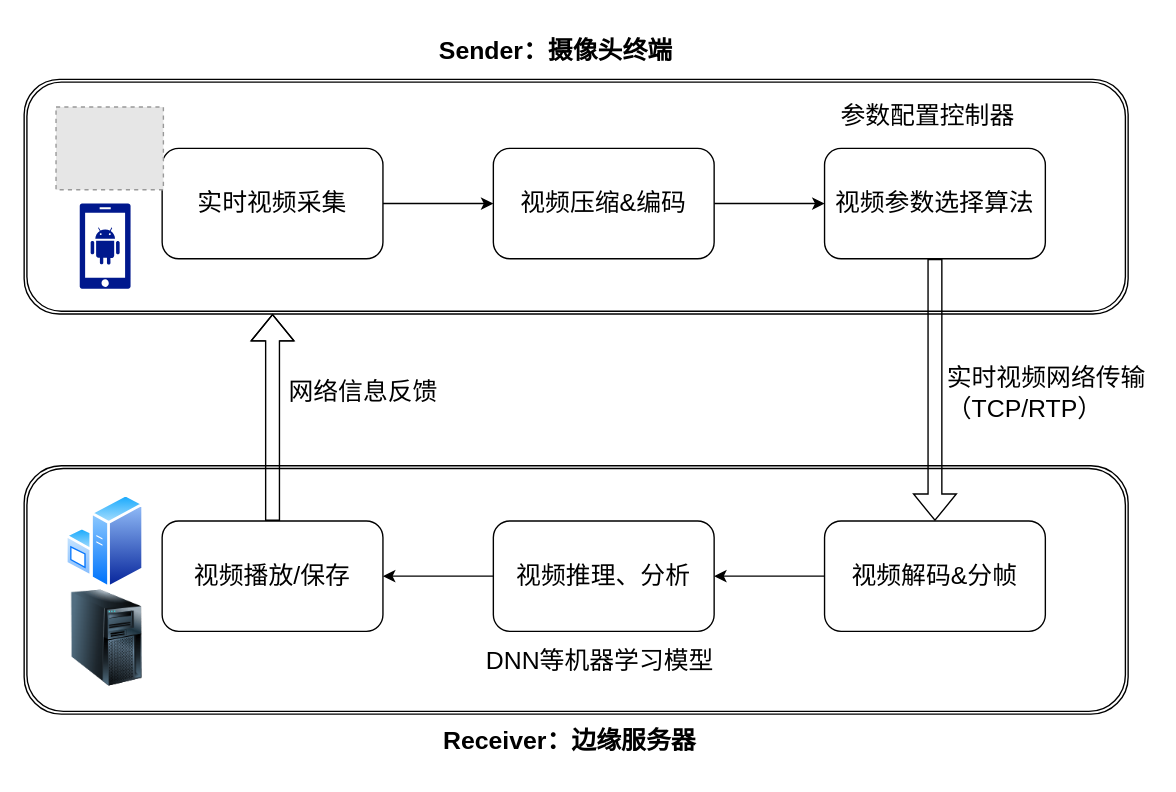
Earlier version of the draw.io diagram 未命名绘图.drawio (Bright-Hsu/Real-Time-Trans-Server). Source tidied: cells renumbered, new cells numbered last; positions are measured from the earlier drawing's top-left corner, leaving out a move shared by most shapes. Both pictures are drawn from the tidied source at 138%, with x=0, y=0 at pixel (23, 23). Pictures stored in the file or linked from it are replaced by grey dashed boxes.
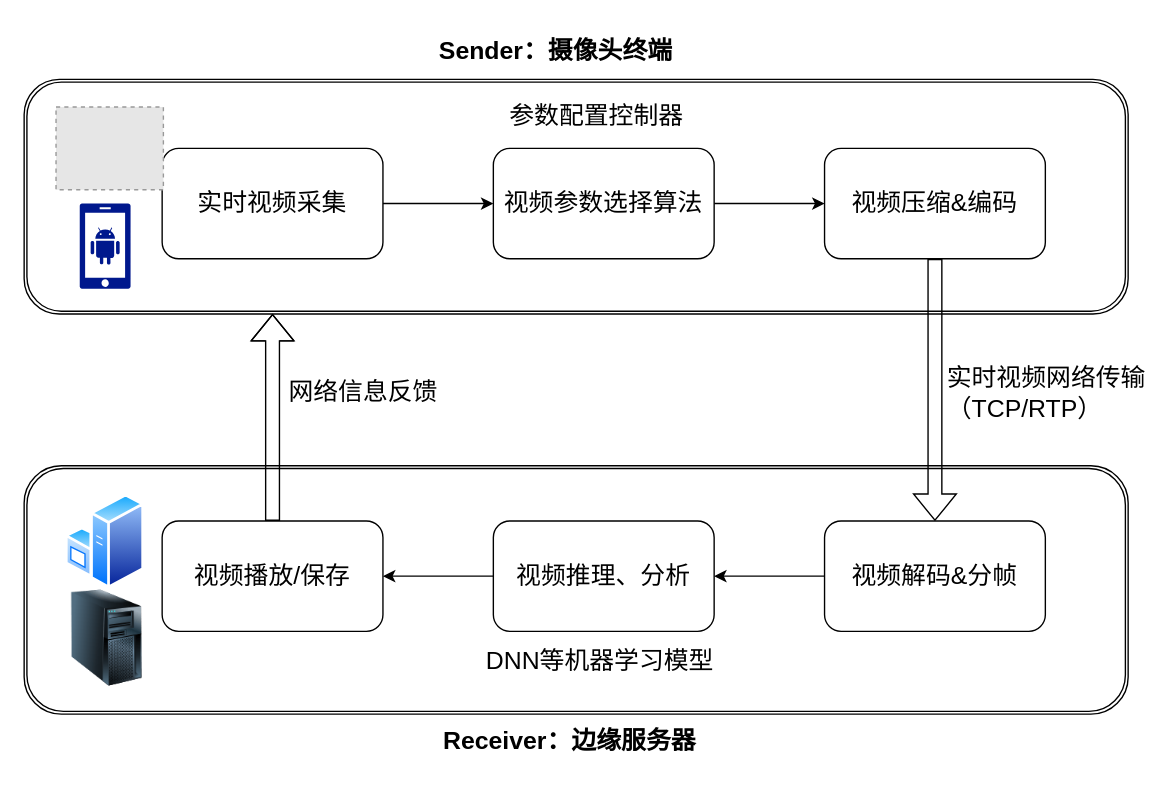
Above is the later version.

The edit, as a diff of the source:
```diff
@@
-    <mxCell id="8" value="&lt;span style=&quot;font-size: 18px;&quot;&gt;视频压缩&amp;amp;编码&lt;/span&gt;" style="rounded=1;whiteSpace=wrap;html=1;fontSize=12;glass=0;strokeWidth=1;shadow=0;" parent="1" vertex="1">
+    <mxCell id="8" value="&lt;span style=&quot;font-size: 18px;&quot;&gt;视频参数选择算法&lt;/span&gt;" style="rounded=1;whiteSpace=wrap;html=1;fontSize=12;glass=0;strokeWidth=1;shadow=0;" parent="1" vertex="1">
       <mxGeometry x="340" y="90" width="160" height="80" as="geometry" />
     </mxCell>
@@
-    <mxCell id="10" value="&lt;span style=&quot;font-size: 18px;&quot;&gt;视频参数选择算法&lt;/span&gt;" style="rounded=1;whiteSpace=wrap;html=1;fontSize=12;glass=0;strokeWidth=1;shadow=0;" parent="1" vertex="1">
+    <mxCell id="10" value="&lt;span style=&quot;font-size: 18px;&quot;&gt;视频压缩&amp;amp;编码&lt;/span&gt;&lt;span style=&quot;font-size: 18px;&quot;&gt;&lt;br&gt;&lt;/span&gt;" style="rounded=1;whiteSpace=wrap;html=1;fontSize=12;glass=0;strokeWidth=1;shadow=0;" parent="1" vertex="1">
       <mxGeometry x="580" y="90" width="160" height="80" as="geometry" />
     </mxCell>
     <mxCell id="11" value="&lt;font style=&quot;font-size: 18px;&quot;&gt;参数配置控制器&lt;/font&gt;" style="text;whiteSpace=wrap;html=1;" parent="1" vertex="1">
-      <mxGeometry x="590" y="50" width="150" height="40" as="geometry" />
+      <mxGeometry x="350" y="50" width="150" height="40" as="geometry" />
     </mxCell>
```
